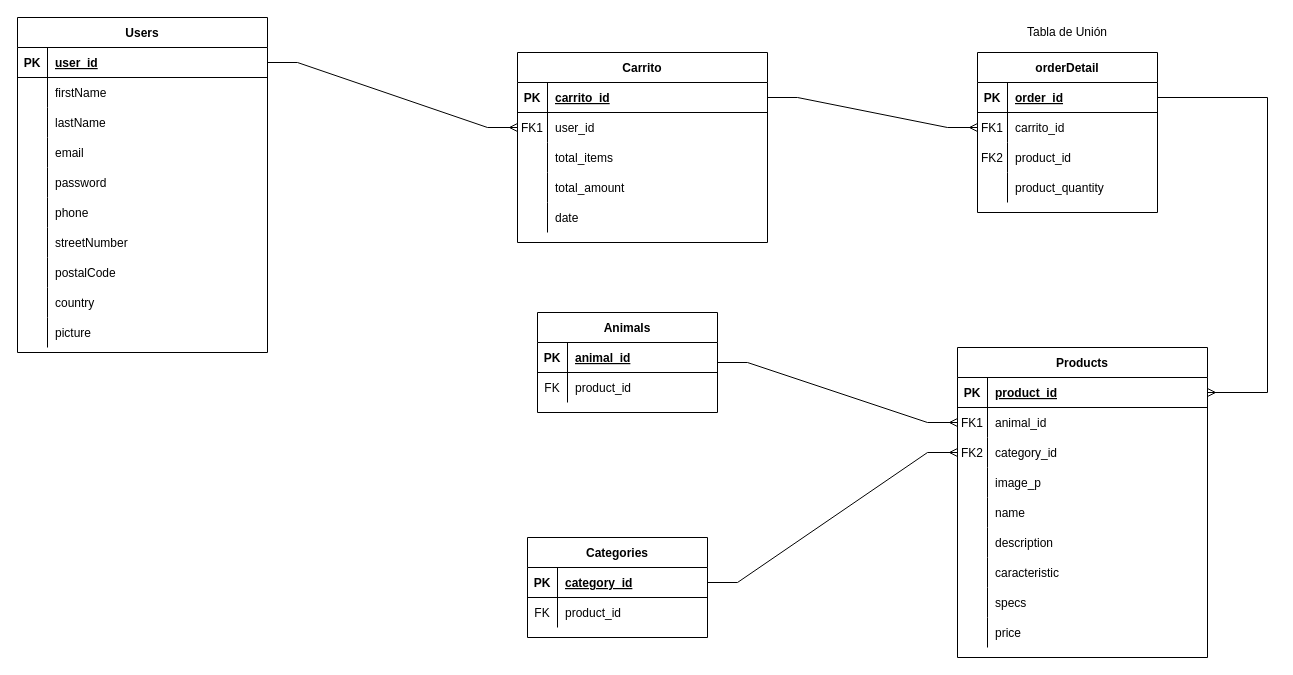
Before: Bases de Datos/diagrama.drawio in RiveraTheCreator/Digital_House_project, a draw.io diagram. Source tidied: cells renumbered, new cells numbered last; positions are measured from the earlier drawing's top-left corner, leaving out a move shared by most shapes. Both pictures are drawn from the tidied source at 100%, with x=0, y=0 at pixel (17, 17).
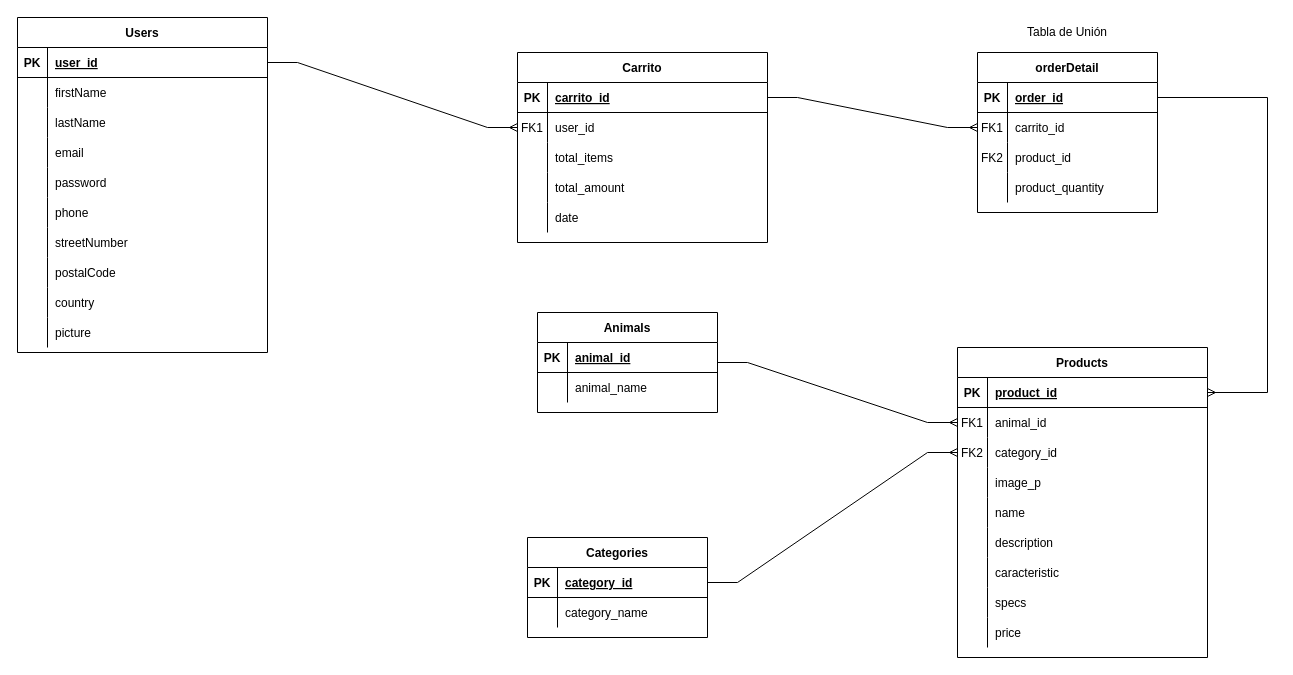
Above is the later version.

Commit message (it also covers changes not shown here):
Correcion a diagrama entidad relacion

Unchanged cells that the change refers to:
```xml
<mxCell id="97" style="shape=partialRectangle;fillColor=none;top=0;left=0;bottom=0;right=0;" parent="93" vertex="1">
  <mxGeometry y="60" width="180" height="30" as="geometry" />
</mxCell>
<mxCell id="104" style="shape=partialRectangle;fillColor=none;top=0;left=0;bottom=0;right=0;" parent="100" vertex="1">
  <mxGeometry y="60" width="180" height="30" as="geometry" />
</mxCell>
```

What changed in the source:
```diff
@@
-    <mxCell id="98" value="FK" style="shape=partialRectangle;fillColor=none;top=0;left=0;bottom=0;right=0;overflow=hidden;" parent="97" vertex="1">
+    <mxCell id="98" style="shape=partialRectangle;fillColor=none;top=0;left=0;bottom=0;right=0;overflow=hidden;" parent="97" vertex="1">
       <mxGeometry width="30" height="30" as="geometry" />
     </mxCell>
-    <mxCell id="99" value="product_id" style="shape=partialRectangle;fillColor=none;top=0;left=0;bottom=0;right=0;align=left;spacingLeft=6;overflow=hidden;" parent="97" vertex="1">
+    <mxCell id="99" value="category_name" style="shape=partialRectangle;fillColor=none;top=0;left=0;bottom=0;right=0;align=left;spacingLeft=6;overflow=hidden;" parent="97" vertex="1">
       <mxGeometry x="30" width="150" height="30" as="geometry" />
     </mxCell>
@@
-    <mxCell id="105" value="FK" style="shape=partialRectangle;fillColor=none;top=0;left=0;bottom=0;right=0;overflow=hidden;" parent="104" vertex="1">
+    <mxCell id="105" style="shape=partialRectangle;fillColor=none;top=0;left=0;bottom=0;right=0;overflow=hidden;" parent="104" vertex="1">
       <mxGeometry width="30" height="30" as="geometry" />
     </mxCell>
-    <mxCell id="106" value="product_id" style="shape=partialRectangle;fillColor=none;top=0;left=0;bottom=0;right=0;align=left;spacingLeft=6;overflow=hidden;" parent="104" vertex="1">
+    <mxCell id="106" value="animal_name" style="shape=partialRectangle;fillColor=none;top=0;left=0;bottom=0;right=0;align=left;spacingLeft=6;overflow=hidden;" parent="104" vertex="1">
       <mxGeometry x="30" width="150" height="30" as="geometry" />
     </mxCell>
```
